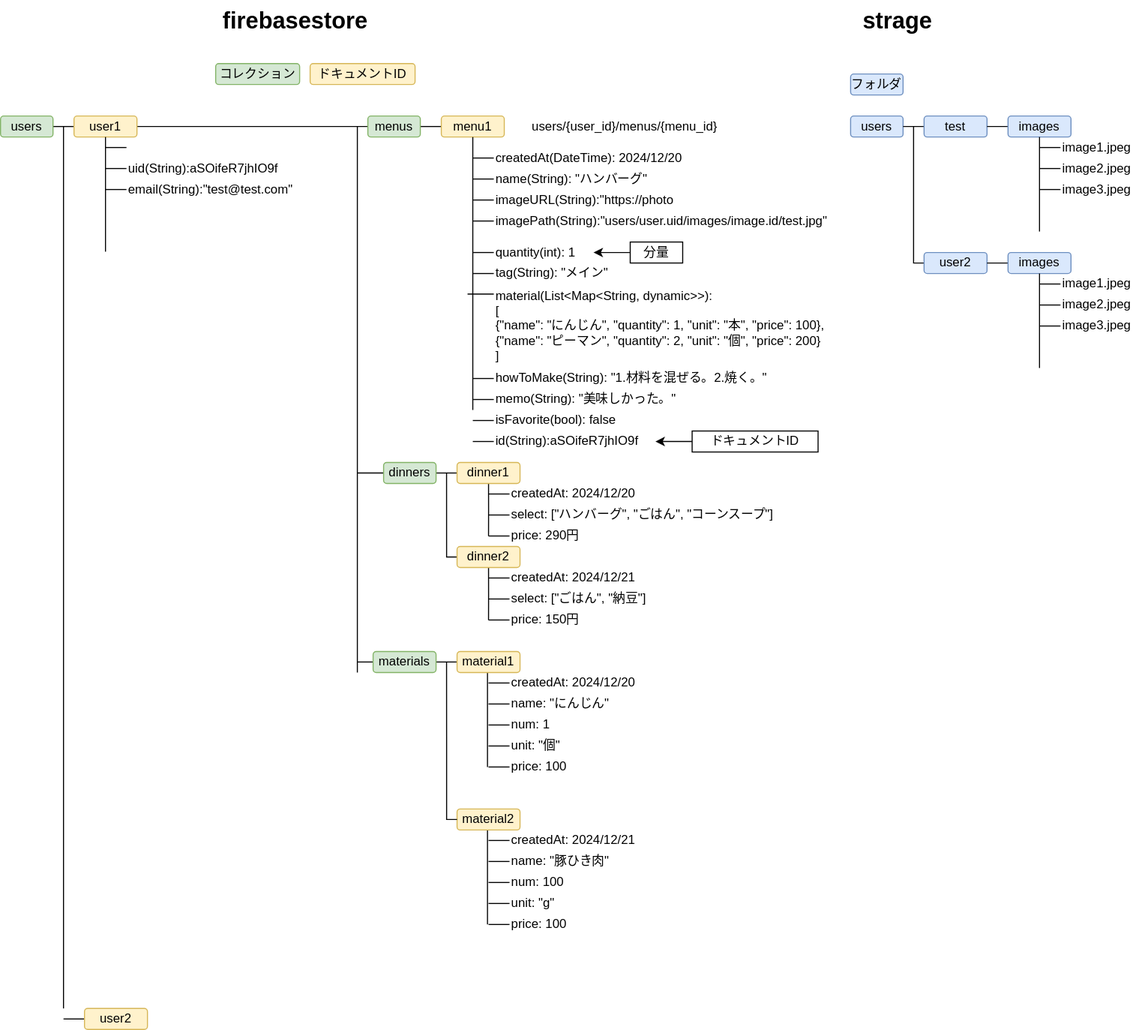
Before: DB.drawio.svg, a diagram exported from draw.io (maki1125/menu). Source tidied: cells renumbered, new cells last; positions are measured from the earlier drawing's top-left corner, leaving out a move shared by most shapes.
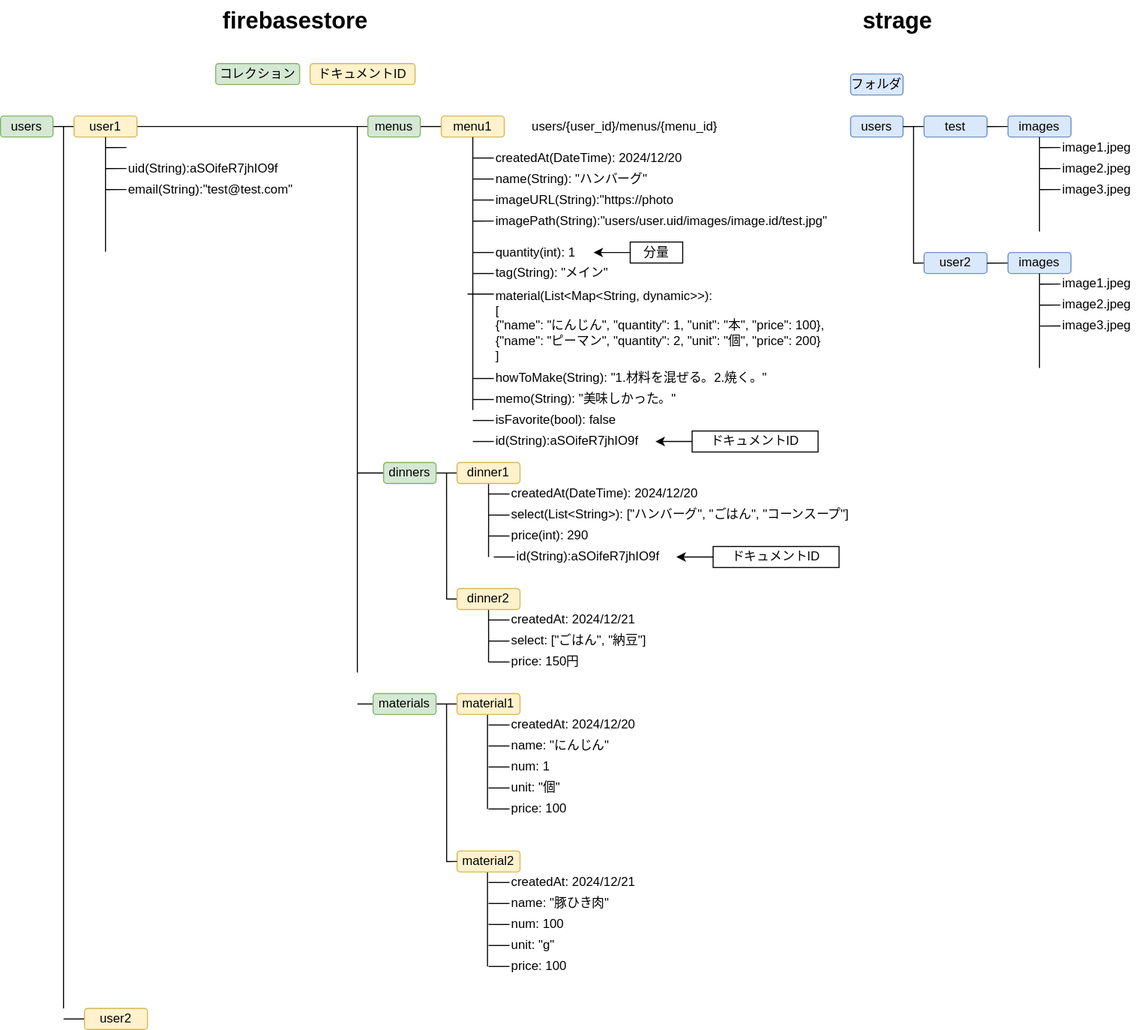
After the commit.

Commit message:
DB.drawio.svg を更新します

The edit, as a diff of the source:
```diff
@@ -130,7 +130,7 @@
     </mxCell>
     <mxCell id="35" style="edgeStyle=orthogonalEdgeStyle;rounded=0;jettySize=auto;html=1;endArrow=none;endFill=0;exitX=0.5;exitY=1;exitDx=0;exitDy=0;" parent="1" edge="1" source="36">
       <mxGeometry relative="1" as="geometry">
-        <mxPoint x="465" y="510" as="targetPoint" />
+        <mxPoint x="465" y="530" as="targetPoint" />
       </mxGeometry>
     </mxCell>
     <mxCell id="36" value="dinner1" style="rounded=1;whiteSpace=wrap;html=1;fillColor=#fff2cc;strokeColor=#d6b656;" parent="1" vertex="1">
@@ -141,131 +141,131 @@
         <mxPoint x="465" y="470" as="targetPoint" />
       </mxGeometry>
     </mxCell>
-    <mxCell id="38" value="createdAt: 2024/12/20" style="text;html=1;align=left;verticalAlign=middle;whiteSpace=wrap;rounded=0;" parent="1" vertex="1">
-      <mxGeometry x="485" y="460" width="140" height="20" as="geometry" />
+    <mxCell id="38" value="createdAt(DateTime): 2024/12/20" style="text;html=1;align=left;verticalAlign=middle;whiteSpace=wrap;rounded=0;" parent="1" vertex="1">
+      <mxGeometry x="485" y="460" width="225" height="20" as="geometry" />
     </mxCell>
     <mxCell id="39" style="edgeStyle=orthogonalEdgeStyle;rounded=0;jettySize=auto;html=1;endArrow=none;endFill=0;" parent="1" edge="1" source="40">
       <mxGeometry relative="1" as="geometry">
         <mxPoint x="465" y="490" as="targetPoint" />
       </mxGeometry>
     </mxCell>
-    <mxCell id="40" value="select: [&quot;ハンバーグ&quot;, &quot;ごはん&quot;, &quot;コーンスープ&quot;]" style="text;html=1;align=left;verticalAlign=middle;whiteSpace=wrap;rounded=0;" parent="1" vertex="1">
-      <mxGeometry x="485" y="480" width="270" height="20" as="geometry" />
+    <mxCell id="40" value="select(List&amp;lt;String&amp;gt;): [&quot;ハンバーグ&quot;, &quot;ごはん&quot;, &quot;コーンスープ&quot;]" style="text;html=1;align=left;verticalAlign=middle;whiteSpace=wrap;rounded=0;" parent="1" vertex="1">
+      <mxGeometry x="485" y="480" width="385" height="20" as="geometry" />
     </mxCell>
     <mxCell id="41" style="edgeStyle=orthogonalEdgeStyle;rounded=0;jettySize=auto;html=1;exitX=1;exitY=0.5;exitDx=0;exitDy=0;entryX=0;entryY=0.5;entryDx=0;entryDy=0;endArrow=none;endFill=0;" parent="1" edge="1" source="43" target="45">
       <mxGeometry relative="1" as="geometry" />
     </mxCell>
     <mxCell id="42" style="edgeStyle=orthogonalEdgeStyle;rounded=0;jettySize=auto;html=1;exitX=0;exitY=0.5;exitDx=0;exitDy=0;endArrow=none;endFill=0;" parent="1" edge="1" source="43">
       <mxGeometry relative="1" as="geometry">
-        <mxPoint x="340" y="630" as="targetPoint" />
+        <mxPoint x="340" y="670" as="targetPoint" />
       </mxGeometry>
     </mxCell>
     <mxCell id="43" value="materials" style="rounded=1;whiteSpace=wrap;html=1;fillColor=#d5e8d4;strokeColor=#82b366;" parent="1" vertex="1">
-      <mxGeometry x="355" y="620" width="60" height="20" as="geometry" />
+      <mxGeometry x="355" y="660" width="60" height="20" as="geometry" />
     </mxCell>
     <mxCell id="44" style="edgeStyle=orthogonalEdgeStyle;rounded=0;orthogonalLoop=1;jettySize=auto;html=1;endArrow=none;endFill=0;exitX=0.5;exitY=1;exitDx=0;exitDy=0;" parent="1" edge="1">
       <mxGeometry relative="1" as="geometry">
-        <mxPoint x="464" y="640" as="sourcePoint" />
-        <mxPoint x="464" y="730" as="targetPoint" />
+        <mxPoint x="464" y="680" as="sourcePoint" />
+        <mxPoint x="464" y="770" as="targetPoint" />
       </mxGeometry>
     </mxCell>
     <mxCell id="45" value="material1" style="rounded=1;whiteSpace=wrap;html=1;fillColor=#fff2cc;strokeColor=#d6b656;" parent="1" vertex="1">
-      <mxGeometry x="435" y="620" width="60" height="20" as="geometry" />
+      <mxGeometry x="435" y="660" width="60" height="20" as="geometry" />
     </mxCell>
     <mxCell id="46" style="edgeStyle=orthogonalEdgeStyle;rounded=0;jettySize=auto;html=1;exitX=0;exitY=0.5;exitDx=0;exitDy=0;endArrow=none;endFill=0;" parent="1" edge="1" source="47">
       <mxGeometry relative="1" as="geometry">
-        <mxPoint x="465" y="650" as="targetPoint" />
+        <mxPoint x="465" y="690" as="targetPoint" />
       </mxGeometry>
     </mxCell>
     <mxCell id="47" value="createdAt: 2024/12/20" style="text;html=1;align=left;verticalAlign=middle;whiteSpace=wrap;rounded=0;" parent="1" vertex="1">
-      <mxGeometry x="485" y="640" width="140" height="20" as="geometry" />
+      <mxGeometry x="485" y="680" width="140" height="20" as="geometry" />
     </mxCell>
     <mxCell id="48" style="edgeStyle=orthogonalEdgeStyle;rounded=0;jettySize=auto;html=1;exitX=0;exitY=0.5;exitDx=0;exitDy=0;endArrow=none;endFill=0;" parent="1" edge="1" source="49">
       <mxGeometry relative="1" as="geometry">
-        <mxPoint x="465" y="670" as="targetPoint" />
+        <mxPoint x="465" y="710" as="targetPoint" />
       </mxGeometry>
     </mxCell>
     <mxCell id="49" value="name: &quot;にんじん&quot;" style="text;html=1;align=left;verticalAlign=middle;whiteSpace=wrap;rounded=0;" parent="1" vertex="1">
-      <mxGeometry x="485" y="660" width="120" height="20" as="geometry" />
+      <mxGeometry x="485" y="700" width="120" height="20" as="geometry" />
     </mxCell>
     <mxCell id="50" style="edgeStyle=orthogonalEdgeStyle;rounded=0;jettySize=auto;html=1;exitX=0;exitY=0.5;exitDx=0;exitDy=0;endArrow=none;endFill=0;" parent="1" edge="1" source="51">
       <mxGeometry relative="1" as="geometry">
-        <mxPoint x="465" y="690" as="targetPoint" />
+        <mxPoint x="465" y="730" as="targetPoint" />
       </mxGeometry>
     </mxCell>
     <mxCell id="51" value="num: 1" style="text;html=1;align=left;verticalAlign=middle;whiteSpace=wrap;rounded=0;" parent="1" vertex="1">
-      <mxGeometry x="485" y="680" width="70" height="20" as="geometry" />
+      <mxGeometry x="485" y="720" width="70" height="20" as="geometry" />
     </mxCell>
     <mxCell id="52" style="edgeStyle=orthogonalEdgeStyle;rounded=0;jettySize=auto;html=1;exitX=0;exitY=0.5;exitDx=0;exitDy=0;endArrow=none;endFill=0;" parent="1" edge="1" source="53">
       <mxGeometry relative="1" as="geometry">
-        <mxPoint x="465" y="710" as="targetPoint" />
+        <mxPoint x="465" y="750" as="targetPoint" />
       </mxGeometry>
     </mxCell>
     <mxCell id="53" value="unit: &quot;個&quot;" style="text;html=1;align=left;verticalAlign=middle;whiteSpace=wrap;rounded=0;" parent="1" vertex="1">
-      <mxGeometry x="485" y="700" width="80" height="20" as="geometry" />
+      <mxGeometry x="485" y="740" width="80" height="20" as="geometry" />
     </mxCell>
     <mxCell id="54" style="edgeStyle=orthogonalEdgeStyle;rounded=0;jettySize=auto;html=1;exitX=0;exitY=0.5;exitDx=0;exitDy=0;endArrow=none;endFill=0;" parent="1" edge="1" source="55">
       <mxGeometry relative="1" as="geometry">
-        <mxPoint x="465" y="730" as="targetPoint" />
+        <mxPoint x="465" y="770" as="targetPoint" />
       </mxGeometry>
     </mxCell>
     <mxCell id="55" value="price: 100" style="text;html=1;align=left;verticalAlign=middle;whiteSpace=wrap;rounded=0;" parent="1" vertex="1">
-      <mxGeometry x="485" y="720" width="80" height="20" as="geometry" />
+      <mxGeometry x="485" y="760" width="80" height="20" as="geometry" />
     </mxCell>
     <mxCell id="56" style="edgeStyle=orthogonalEdgeStyle;rounded=0;orthogonalLoop=1;jettySize=auto;html=1;endArrow=none;endFill=0;exitX=0.5;exitY=1;exitDx=0;exitDy=0;" parent="1" edge="1">
       <mxGeometry relative="1" as="geometry">
-        <mxPoint x="464" y="790" as="sourcePoint" />
-        <mxPoint x="464" y="880" as="targetPoint" />
+        <mxPoint x="464" y="830" as="sourcePoint" />
+        <mxPoint x="464" y="920" as="targetPoint" />
       </mxGeometry>
     </mxCell>
     <mxCell id="57" value="material2" style="rounded=1;whiteSpace=wrap;html=1;fillColor=#fff2cc;strokeColor=#d6b656;" parent="1" vertex="1">
-      <mxGeometry x="435" y="770" width="60" height="20" as="geometry" />
+      <mxGeometry x="435" y="810" width="60" height="20" as="geometry" />
     </mxCell>
     <mxCell id="58" style="edgeStyle=orthogonalEdgeStyle;rounded=0;jettySize=auto;html=1;exitX=0;exitY=0.5;exitDx=0;exitDy=0;endArrow=none;endFill=0;" parent="1" edge="1" source="59">
       <mxGeometry relative="1" as="geometry">
-        <mxPoint x="465" y="800" as="targetPoint" />
+        <mxPoint x="465" y="840" as="targetPoint" />
       </mxGeometry>
     </mxCell>
     <mxCell id="59" value="createdAt: 2024/12/21" style="text;html=1;align=left;verticalAlign=middle;whiteSpace=wrap;rounded=0;" parent="1" vertex="1">
-      <mxGeometry x="485" y="790" width="140" height="20" as="geometry" />
+      <mxGeometry x="485" y="830" width="140" height="20" as="geometry" />
     </mxCell>
     <mxCell id="60" style="edgeStyle=orthogonalEdgeStyle;rounded=0;jettySize=auto;html=1;exitX=0;exitY=0.5;exitDx=0;exitDy=0;endArrow=none;endFill=0;" parent="1" edge="1" source="61">
       <mxGeometry relative="1" as="geometry">
-        <mxPoint x="465" y="820" as="targetPoint" />
+        <mxPoint x="465" y="860" as="targetPoint" />
       </mxGeometry>
     </mxCell>
     <mxCell id="61" value="name: &quot;豚ひき肉&quot;" style="text;html=1;align=left;verticalAlign=middle;whiteSpace=wrap;rounded=0;" parent="1" vertex="1">
-      <mxGeometry x="485" y="810" width="120" height="20" as="geometry" />
+      <mxGeometry x="485" y="850" width="120" height="20" as="geometry" />
     </mxCell>
     <mxCell id="62" style="edgeStyle=orthogonalEdgeStyle;rounded=0;orthogonalLoop=1;jettySize=auto;html=1;exitX=0;exitY=0.5;exitDx=0;exitDy=0;endArrow=none;endFill=0;" parent="1" edge="1">
       <mxGeometry relative="1" as="geometry">
-        <mxPoint x="485" y="840" as="sourcePoint" />
-        <mxPoint x="465" y="840" as="targetPoint" />
+        <mxPoint x="485" y="880" as="sourcePoint" />
+        <mxPoint x="465" y="880" as="targetPoint" />
       </mxGeometry>
     </mxCell>
     <mxCell id="63" style="edgeStyle=orthogonalEdgeStyle;rounded=0;jettySize=auto;html=1;exitX=0;exitY=0.5;exitDx=0;exitDy=0;endArrow=none;endFill=0;" parent="1" edge="1" source="64">
       <mxGeometry relative="1" as="geometry">
-        <mxPoint x="465" y="860" as="targetPoint" />
+        <mxPoint x="465" y="900" as="targetPoint" />
       </mxGeometry>
     </mxCell>
     <mxCell id="64" value="unit: &quot;g&quot;" style="text;html=1;align=left;verticalAlign=middle;whiteSpace=wrap;rounded=0;" parent="1" vertex="1">
-      <mxGeometry x="485" y="850" width="80" height="20" as="geometry" />
+      <mxGeometry x="485" y="890" width="80" height="20" as="geometry" />
     </mxCell>
     <mxCell id="65" style="edgeStyle=orthogonalEdgeStyle;rounded=0;jettySize=auto;html=1;exitX=0;exitY=0.5;exitDx=0;exitDy=0;endArrow=none;endFill=0;" parent="1" edge="1" source="66">
       <mxGeometry relative="1" as="geometry">
-        <mxPoint x="465" y="880" as="targetPoint" />
+        <mxPoint x="465" y="920" as="targetPoint" />
       </mxGeometry>
     </mxCell>
     <mxCell id="66" value="price: 100" style="text;html=1;align=left;verticalAlign=middle;whiteSpace=wrap;rounded=0;" parent="1" vertex="1">
-      <mxGeometry x="485" y="870" width="80" height="20" as="geometry" />
+      <mxGeometry x="485" y="910" width="80" height="20" as="geometry" />
     </mxCell>
     <mxCell id="67" style="endArrow=none;html=1;rounded=0;edgeStyle=orthogonalEdgeStyle;exitX=0;exitY=0.5;exitDx=0;exitDy=0;" parent="1" edge="1" source="57">
       <mxGeometry relative="1" as="geometry">
-        <mxPoint x="425" y="630" as="targetPoint" />
+        <mxPoint x="425" y="670" as="targetPoint" />
       </mxGeometry>
     </mxCell>
     <mxCell id="68" value="num: 100" style="text;html=1;align=left;verticalAlign=middle;whiteSpace=wrap;rounded=0;" parent="1" vertex="1">
-      <mxGeometry x="485" y="830" width="70" height="20" as="geometry" />
+      <mxGeometry x="485" y="870" width="70" height="20" as="geometry" />
     </mxCell>
     <mxCell id="69" value="分量" style="rounded=0;whiteSpace=wrap;html=1;" parent="1" vertex="1">
       <mxGeometry x="600" y="230" width="50" height="20" as="geometry" />
@@ -280,48 +280,48 @@
         <mxPoint x="465" y="510" as="targetPoint" />
       </mxGeometry>
     </mxCell>
-    <mxCell id="72" value="price: 290円" style="text;html=1;align=left;verticalAlign=middle;whiteSpace=wrap;rounded=0;" parent="1" vertex="1">
+    <mxCell id="72" value="price(int): 290" style="text;html=1;align=left;verticalAlign=middle;whiteSpace=wrap;rounded=0;" parent="1" vertex="1">
       <mxGeometry x="485" y="500" width="270" height="20" as="geometry" />
     </mxCell>
     <mxCell id="73" style="edgeStyle=orthogonalEdgeStyle;rounded=0;jettySize=auto;html=1;entryX=0;entryY=0.5;entryDx=0;entryDy=0;endArrow=none;endFill=0;" parent="1" edge="1" target="75">
       <mxGeometry relative="1" as="geometry">
         <mxPoint x="425" y="450" as="sourcePoint" />
         <Array as="points">
-          <mxPoint x="425" y="530" />
+          <mxPoint x="425" y="570" />
         </Array>
       </mxGeometry>
     </mxCell>
     <mxCell id="74" style="edgeStyle=orthogonalEdgeStyle;rounded=0;jettySize=auto;html=1;endArrow=none;endFill=0;exitX=0.5;exitY=1;exitDx=0;exitDy=0;" parent="1" edge="1" source="75">
       <mxGeometry relative="1" as="geometry">
-        <mxPoint x="465" y="590" as="targetPoint" />
+        <mxPoint x="465" y="630" as="targetPoint" />
       </mxGeometry>
     </mxCell>
     <mxCell id="75" value="dinner2" style="rounded=1;whiteSpace=wrap;html=1;fillColor=#fff2cc;strokeColor=#d6b656;" parent="1" vertex="1">
-      <mxGeometry x="435" y="520" width="60" height="20" as="geometry" />
+      <mxGeometry x="435" y="560" width="60" height="20" as="geometry" />
     </mxCell>
     <mxCell id="76" style="edgeStyle=orthogonalEdgeStyle;rounded=0;jettySize=auto;html=1;exitX=0;exitY=0.5;exitDx=0;exitDy=0;endArrow=none;endFill=0;" parent="1" edge="1" source="77">
       <mxGeometry relative="1" as="geometry">
-        <mxPoint x="465" y="550" as="targetPoint" />
+        <mxPoint x="465" y="590" as="targetPoint" />
       </mxGeometry>
     </mxCell>
     <mxCell id="77" value="createdAt: 2024/12/21" style="text;html=1;align=left;verticalAlign=middle;whiteSpace=wrap;rounded=0;" parent="1" vertex="1">
-      <mxGeometry x="485" y="540" width="140" height="20" as="geometry" />
+      <mxGeometry x="485" y="580" width="140" height="20" as="geometry" />
     </mxCell>
     <mxCell id="78" style="edgeStyle=orthogonalEdgeStyle;rounded=0;jettySize=auto;html=1;endArrow=none;endFill=0;" parent="1" edge="1" source="79">
       <mxGeometry relative="1" as="geometry">
-        <mxPoint x="465" y="570" as="targetPoint" />
+        <mxPoint x="465" y="610" as="targetPoint" />
       </mxGeometry>
     </mxCell>
     <mxCell id="79" value="select: [&quot;ごはん&quot;, &quot;納豆&quot;]" style="text;html=1;align=left;verticalAlign=middle;whiteSpace=wrap;rounded=0;" parent="1" vertex="1">
-      <mxGeometry x="485" y="560" width="270" height="20" as="geometry" />
+      <mxGeometry x="485" y="600" width="270" height="20" as="geometry" />
     </mxCell>
     <mxCell id="80" style="edgeStyle=orthogonalEdgeStyle;rounded=0;jettySize=auto;html=1;exitX=0;exitY=0.5;exitDx=0;exitDy=0;endArrow=none;endFill=0;" parent="1" edge="1" source="81">
       <mxGeometry relative="1" as="geometry">
-        <mxPoint x="465" y="590" as="targetPoint" />
+        <mxPoint x="465" y="630" as="targetPoint" />
       </mxGeometry>
     </mxCell>
     <mxCell id="81" value="price: 150円" style="text;html=1;align=left;verticalAlign=middle;whiteSpace=wrap;rounded=0;" parent="1" vertex="1">
-      <mxGeometry x="485" y="580" width="270" height="20" as="geometry" />
+      <mxGeometry x="485" y="620" width="270" height="20" as="geometry" />
     </mxCell>
     <mxCell id="82" style="endArrow=none;html=1;rounded=0;" parent="1" edge="1">
       <mxGeometry relative="1" as="geometry">
@@ -499,5 +499,21 @@
     <mxCell id="124" value="imagePath(String):&quot;users/user.uid/images/image.id/test.jpg&quot;" style="text;html=1;align=left;verticalAlign=middle;whiteSpace=wrap;rounded=0;" parent="1" vertex="1">
       <mxGeometry x="470" y="200" width="330" height="20" as="geometry" />
     </mxCell>
+    <mxCell id="125" style="edgeStyle=orthogonalEdgeStyle;rounded=0;jettySize=auto;html=1;exitX=0;exitY=0.5;exitDx=0;exitDy=0;endArrow=none;endFill=0;" parent="1" edge="1" source="126">
+      <mxGeometry relative="1" as="geometry">
+        <mxPoint x="470" y="530" as="targetPoint" />
+      </mxGeometry>
+    </mxCell>
+    <mxCell id="126" value="id(String):aSOifeR7jhIO9f&amp;nbsp;" style="text;html=1;align=left;verticalAlign=middle;whiteSpace=wrap;rounded=0;" parent="1" vertex="1">
+      <mxGeometry x="490" y="520" width="140" height="20" as="geometry" />
+    </mxCell>
+    <mxCell id="127" value="ドキュメントID" style="rounded=0;whiteSpace=wrap;html=1;" parent="1" vertex="1">
+      <mxGeometry x="679" y="520" width="120" height="20" as="geometry" />
+    </mxCell>
+    <mxCell id="128" style="endArrow=classic;html=1;rounded=0;exitX=0;exitY=0.5;exitDx=0;exitDy=0;entryX=0.212;entryY=0.125;entryDx=0;entryDy=0;entryPerimeter=0;" parent="1" edge="1" source="127">
+      <mxGeometry relative="1" as="geometry">
+        <mxPoint x="644" y="530" as="targetPoint" />
+      </mxGeometry>
+    </mxCell>
   </root>
 </mxGraphModel>
```
